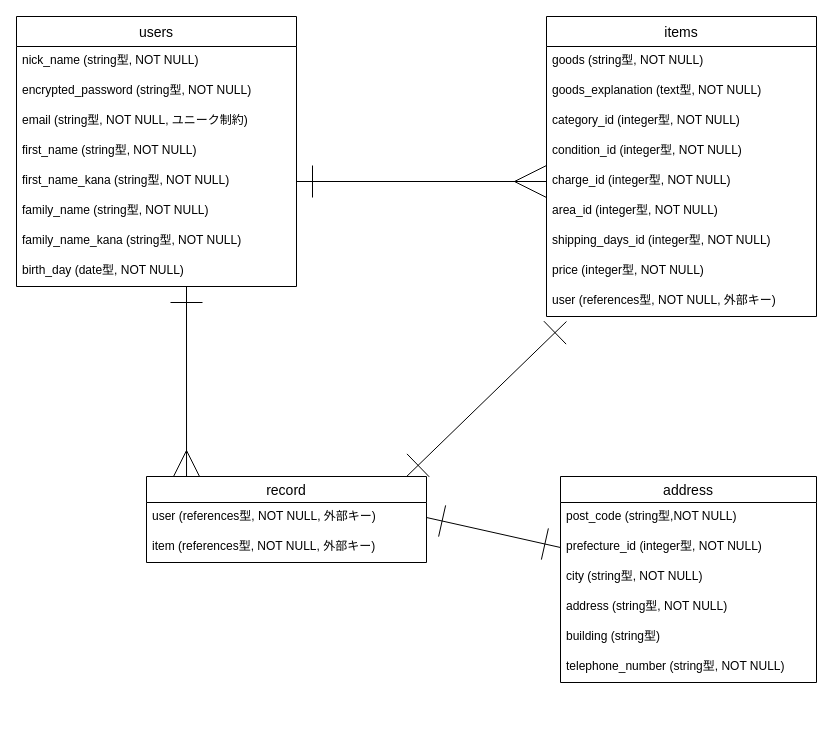
The draw.io diagram plan.dio in rinoccha/furima-39079, before the edit. Source tidied: cells renumbered, new cells numbered last; positions are measured from the earlier drawing's top-left corner, leaving out a move shared by most shapes. Both pictures are drawn from the tidied source at 100%, with x=0, y=0 at pixel (16, 16).
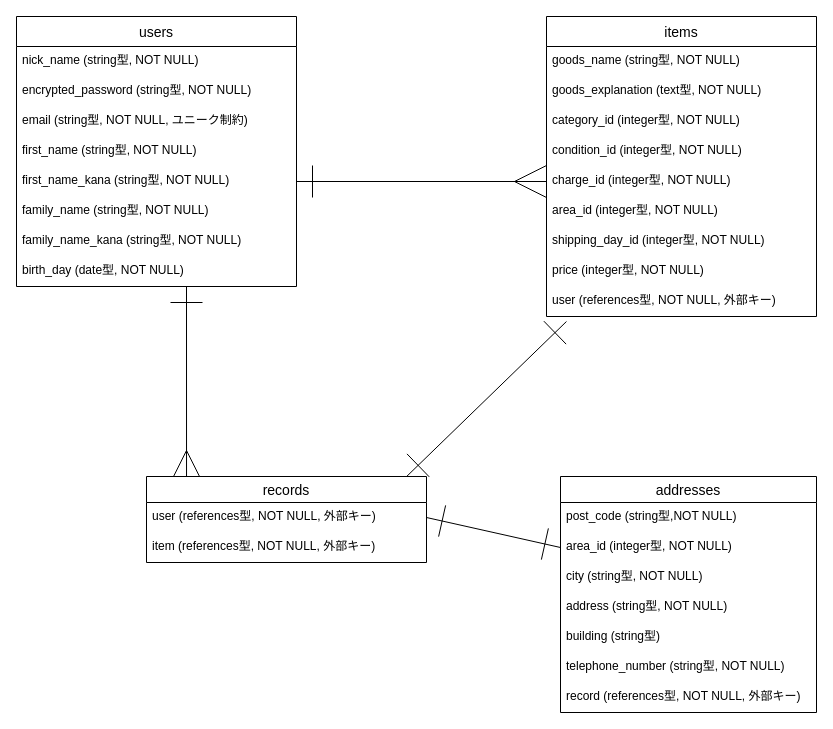
The same diagram, later.

Commit message (it also covers changes not shown here):
ER図とREADMEの修正（２）

Unchanged cells that the change refers to:
```xml
<mxCell id="11" value="items" style="swimlane;fontStyle=0;horizontal=1;startSize=30;align=center;fontSize=14;" parent="1" vertex="1">
  <mxGeometry x="530" width="270" height="300" as="geometry" />
</mxCell>
```

Diff of the diagram source:
```diff
@@
-    <mxCell id="12" value="goods (string型, NOT NULL)" style="text;strokeColor=none;fillColor=none;spacingLeft=4;spacingRight=4;overflow=hidden;fontSize=12;" parent="11" vertex="1">
+    <mxCell id="12" value="goods_name (string型, NOT NULL)" style="text;strokeColor=none;fillColor=none;spacingLeft=4;spacingRight=4;overflow=hidden;fontSize=12;" parent="11" vertex="1">
       <mxGeometry y="30" width="270" height="30" as="geometry" />
     </mxCell>
@@
-    <mxCell id="18" value="shipping_days_id (integer型, NOT NULL)" style="text;strokeColor=none;fillColor=none;spacingLeft=4;spacingRight=4;overflow=hidden;fontSize=12;" parent="11" vertex="1">
+    <mxCell id="18" value="shipping_day_id (integer型, NOT NULL)" style="text;strokeColor=none;fillColor=none;spacingLeft=4;spacingRight=4;overflow=hidden;fontSize=12;" parent="11" vertex="1">
       <mxGeometry y="210" width="270" height="30" as="geometry" />
     </mxCell>
@@
-    <mxCell id="24" value="address" style="swimlane;fontStyle=0;horizontal=1;startSize=26;align=center;fontSize=14;" parent="1" vertex="1">
-      <mxGeometry x="544" y="460" width="256" height="206" as="geometry" />
+    <mxCell id="24" value="addresses" style="swimlane;fontStyle=0;horizontal=1;startSize=26;align=center;fontSize=14;" parent="1" vertex="1">
+      <mxGeometry x="544" y="460" width="256" height="236" as="geometry" />
     </mxCell>
@@
-    <mxCell id="26" value="prefecture_id (integer型, NOT NULL)" style="text;strokeColor=none;fillColor=none;spacingLeft=4;spacingRight=4;overflow=hidden;points=[[0,0.5],[1,0.5]];portConstraint=eastwest;fontSize=12;" parent="24" vertex="1">
+    <mxCell id="26" value="area_id (integer型, NOT NULL)" style="text;strokeColor=none;fillColor=none;spacingLeft=4;spacingRight=4;overflow=hidden;points=[[0,0.5],[1,0.5]];portConstraint=eastwest;fontSize=12;" parent="24" vertex="1">
       <mxGeometry y="56" width="256" height="30" as="geometry" />
     </mxCell>
@@
+    <mxCell id="35" value="record (references型, NOT NULL, 外部キー)" style="text;strokeColor=none;fillColor=none;spacingLeft=4;spacingRight=4;overflow=hidden;fontSize=12;" parent="24" vertex="1">
+      <mxGeometry y="206" width="256" height="30" as="geometry" />
+    </mxCell>
-    <mxCell id="31" value="record" style="swimlane;fontStyle=0;horizontal=1;startSize=26;align=center;fontSize=14;" parent="1" vertex="1">
+    <mxCell id="31" value="records" style="swimlane;fontStyle=0;horizontal=1;startSize=26;align=center;fontSize=14;" parent="1" vertex="1">
       <mxGeometry x="130" y="460" width="280" height="86" as="geometry" />
     </mxCell>
```
